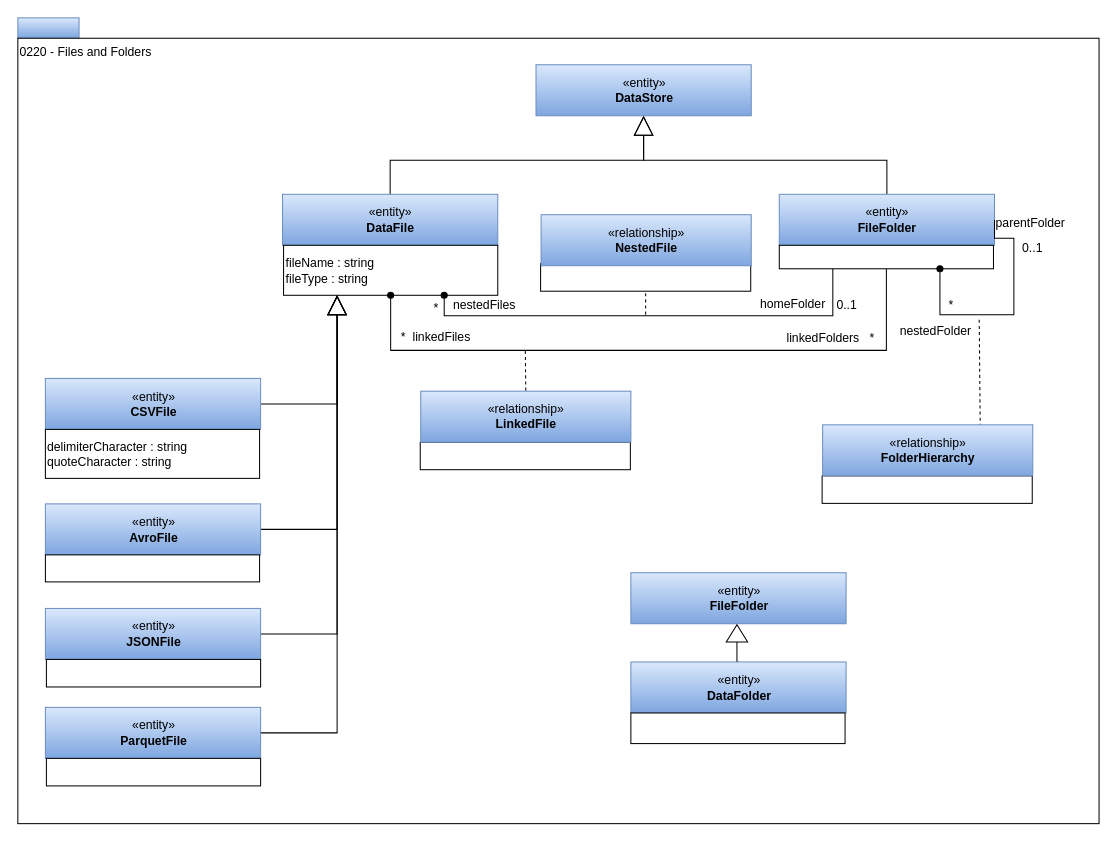
Earlier version of the draw.io diagram page "0220-Files-and-Folders" (9 of 23) of site/docs/types/2/area-2-assets.drawio (odpi/egeria-docs). Source tidied: cells renumbered, new cells numbered last; positions are measured from the earlier drawing's top-left corner, leaving out a move shared by most shapes. Both pictures are drawn from the tidied source at 102%, with x=0, y=0 at pixel (17, 17).
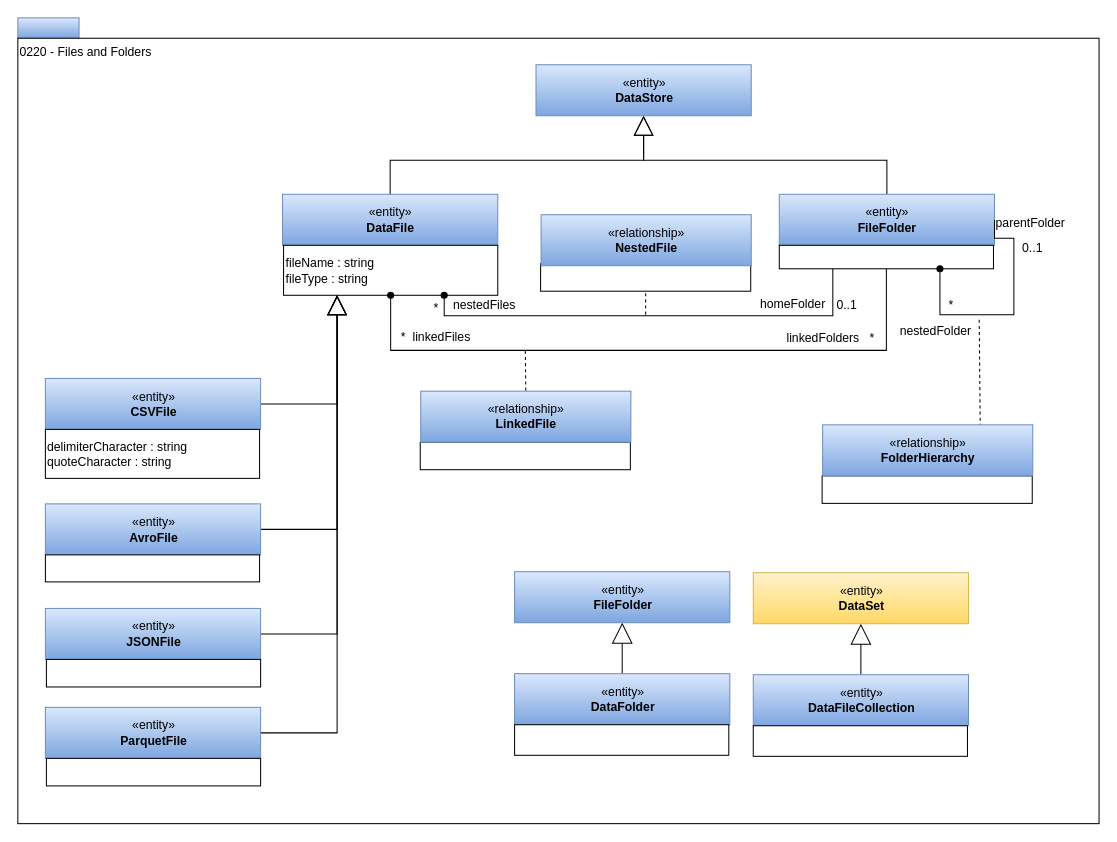
Above is the later version.

The edit, as a diff of the source:
```diff
@@
-    <mxCell id="38" style="edgeStyle=orthogonalEdgeStyle;rounded=0;jettySize=auto;html=1;exitX=0.5;exitY=0;exitDx=0;exitDy=0;entryX=0;entryY=0.5;entryDx=0;entryDy=0;endArrow=none;endFill=0;" parent="1" edge="1" source="39" target="42">
-      <mxGeometry relative="1" as="geometry" />
-    </mxCell>
+    <mxCell id="50" style="edgeStyle=orthogonalEdgeStyle;rounded=0;jettySize=auto;html=1;exitX=0.5;exitY=0;exitDx=0;exitDy=0;strokeWidth=1;endArrow=block;endFill=0;endSize=18;" parent="1" edge="1" source="39" target="41">
+      <mxGeometry relative="1" as="geometry" />
+    </mxCell>
-    <mxCell id="39" value="«entity»&lt;br&gt;&lt;b&gt;DataFolder&lt;/b&gt;" style="html=1;strokeColor=#6c8ebf;align=center;fillColor=#dae8fc;gradientColor=#7ea6e0;" parent="1" vertex="1">
-      <mxGeometry x="601" y="631.5" width="211" height="50" as="geometry" />
+    <mxCell id="39" value="«entity»&lt;br&gt;&lt;b&gt;DataFileCollection&lt;/b&gt;" style="html=1;strokeColor=#6c8ebf;align=center;fillColor=#dae8fc;gradientColor=#7ea6e0;" parent="1" vertex="1">
+      <mxGeometry x="721" y="644" width="211" height="50" as="geometry" />
     </mxCell>
     <mxCell id="40" style="rounded=0;whiteSpace=wrap;html=1;strokeColor=#000000;gradientColor=#ffffff;align=left;" parent="1" vertex="1">
-      <mxGeometry x="601" y="681.5" width="210" height="30" as="geometry" />
+      <mxGeometry x="721" y="694" width="210" height="30" as="geometry" />
     </mxCell>
-    <mxCell id="41" value="«entity»&lt;br&gt;&lt;b&gt;FileFolder&lt;/b&gt;" style="html=1;strokeColor=#6c8ebf;align=center;fillColor=#dae8fc;gradientColor=#7ea6e0;" parent="1" vertex="1">
-      <mxGeometry x="601" y="544" width="211" height="50" as="geometry" />
+    <mxCell id="41" value="«entity»&lt;br&gt;&lt;b&gt;DataSet&lt;/b&gt;" style="html=1;strokeColor=#d6b656;align=center;fillColor=#fff2cc;gradientColor=#ffd966;" parent="1" vertex="1">
+      <mxGeometry x="721" y="544" width="211" height="50" as="geometry" />
     </mxCell>
-    <mxCell id="42" style="triangle;whiteSpace=wrap;html=1;strokeColor=#000000;gradientColor=#ffffff;align=center;rotation=-90;" parent="1" vertex="1">
-      <mxGeometry x="696.5" y="593" width="17" height="21" as="geometry" />
-    </mxCell>
@@
+    <mxCell id="51" style="edgeStyle=orthogonalEdgeStyle;rounded=0;jettySize=auto;html=1;exitX=0.5;exitY=0;exitDx=0;exitDy=0;strokeWidth=1;endArrow=block;endFill=0;endSize=18;" parent="1" edge="1" source="52" target="54">
+      <mxGeometry relative="1" as="geometry" />
+    </mxCell>
+    <mxCell id="52" value="«entity»&lt;br&gt;&lt;b&gt;DataFolder&lt;/b&gt;" style="html=1;strokeColor=#6c8ebf;align=center;fillColor=#dae8fc;gradientColor=#7ea6e0;" parent="1" vertex="1">
+      <mxGeometry x="487" y="643" width="211" height="50" as="geometry" />
+    </mxCell>
+    <mxCell id="53" style="rounded=0;whiteSpace=wrap;html=1;strokeColor=#000000;gradientColor=#ffffff;align=left;" parent="1" vertex="1">
+      <mxGeometry x="487" y="693" width="210" height="30" as="geometry" />
+    </mxCell>
+    <mxCell id="54" value="«entity»&lt;br&gt;&lt;b&gt;FileFolder&lt;/b&gt;" style="html=1;strokeColor=#6c8ebf;align=center;fillColor=#dae8fc;gradientColor=#7ea6e0;" parent="1" vertex="1">
+      <mxGeometry x="487" y="543" width="211" height="50" as="geometry" />
+    </mxCell>
```
